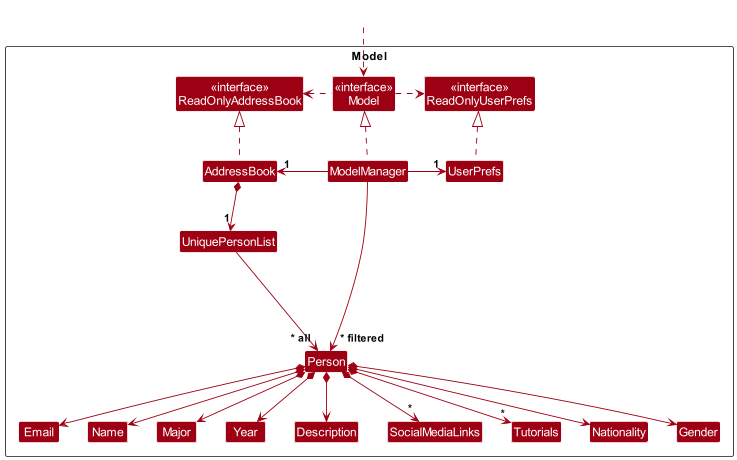
Earlier version of the PlantUML export docs/images/PersonModelClassDiagram.png (wnchan/tp).
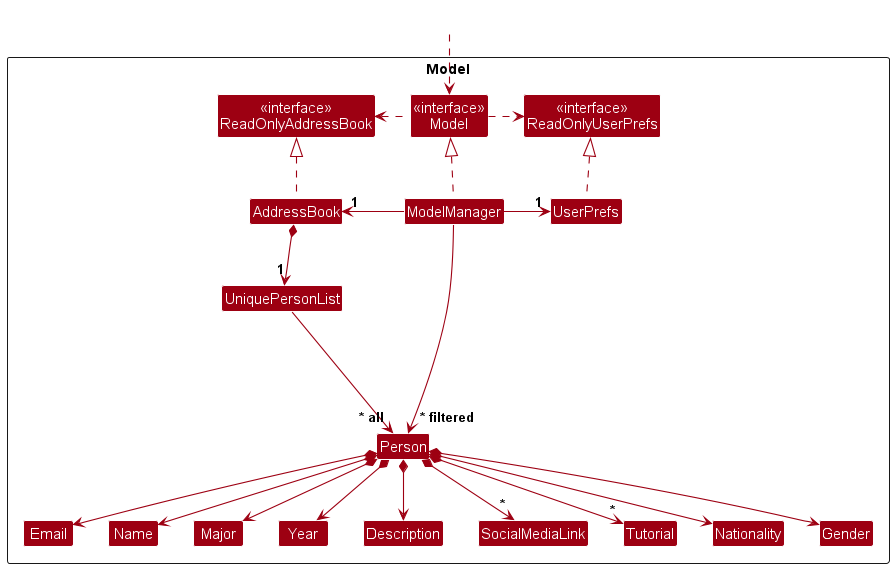
Above is the later version.

What changed in the source:
```diff
@@ -19,8 +19,8 @@
 Class Major
 Class Year
 Class Description
-Class SocialMediaLinks
-Class Tutorials
+Class SocialMediaLink
+Class Tutorial
 Class Nationality
 Class Gender
 
@@ -46,8 +46,8 @@
 Person *--> Major
 Person *--> Year
 Person *--> Description
-Person *--> "*" SocialMediaLinks
-Person *--> "*" Tutorials
+Person *--> "*" SocialMediaLink
+Person *--> "*" Tutorial
 Person *--> Nationality
 Person *--> Gender
 
```
